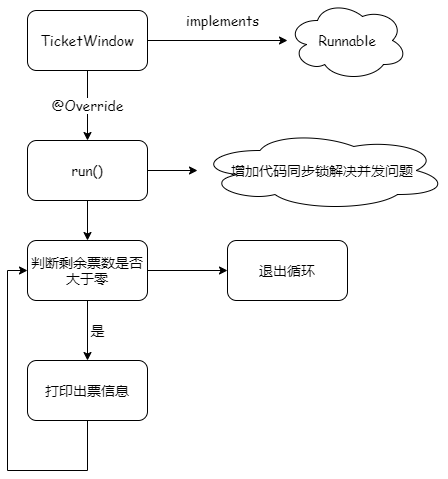
Earlier version of the draw.io export pictures/实验二02.png (gjwhhhh/Experiments-pictures-for-Java). Source tidied: cells renumbered, new cells last; positions are measured from the earlier drawing's top-left corner, leaving out a move shared by most shapes.
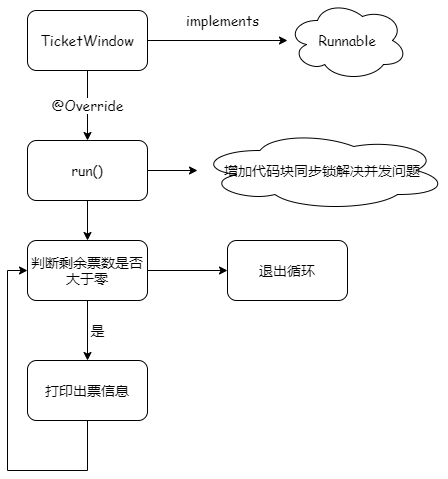
The same file after the commit.

Commit message:
更新实验二02.png

The edit, as a diff of the source:
```diff
@@ -53,7 +53,7 @@
     <mxCell id="16" value="退出循环" style="whiteSpace=wrap;html=1;rounded=1;fontFamily=Comic Sans MS;fontSize=14;" parent="1" vertex="1">
       <mxGeometry x="220" y="240" width="120" height="60" as="geometry" />
     </mxCell>
-    <mxCell id="17" value="增加代码同步锁解决并发问题" style="ellipse;shape=cloud;whiteSpace=wrap;html=1;rounded=1;fontFamily=Comic Sans MS;fontSize=14;" parent="1" vertex="1">
+    <mxCell id="17" value="增加代码块同步锁解决并发问题" style="ellipse;shape=cloud;whiteSpace=wrap;html=1;rounded=1;fontFamily=Comic Sans MS;fontSize=14;" parent="1" vertex="1">
       <mxGeometry x="190" y="130" width="250" height="80" as="geometry" />
     </mxCell>
   </root>
```
